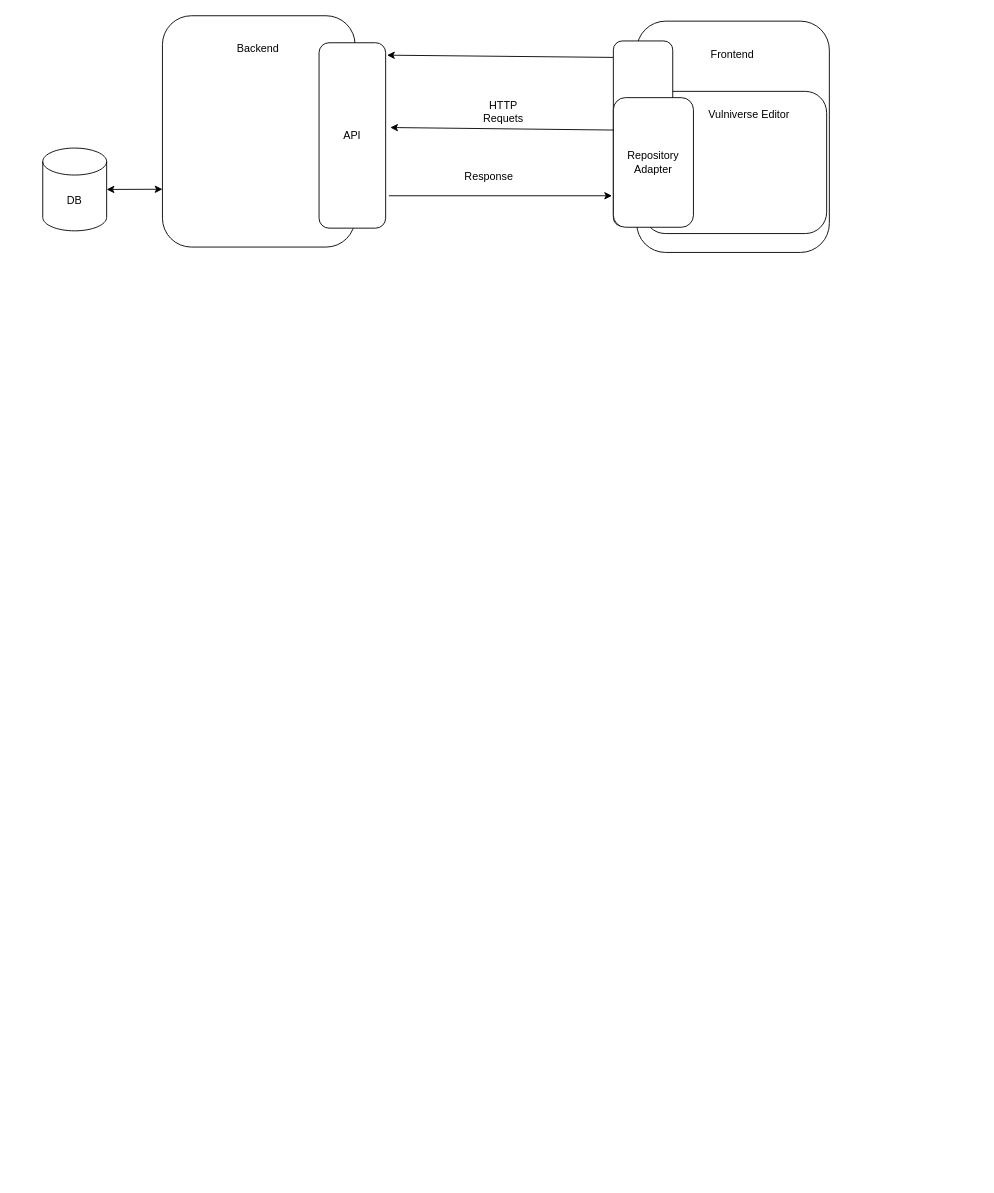
vulnerability-lookup/vulniverse keeps this draw.io diagram as docs/docs/images/architecture.drawio. Above is the earlier version. Source tidied: cells renumbered, new cells numbered last; positions are measured from the earlier drawing's top-left corner, leaving out a move shared by most shapes. Both pictures are drawn from the tidied source at 90%, with x=0, y=0 at pixel (42, 15).
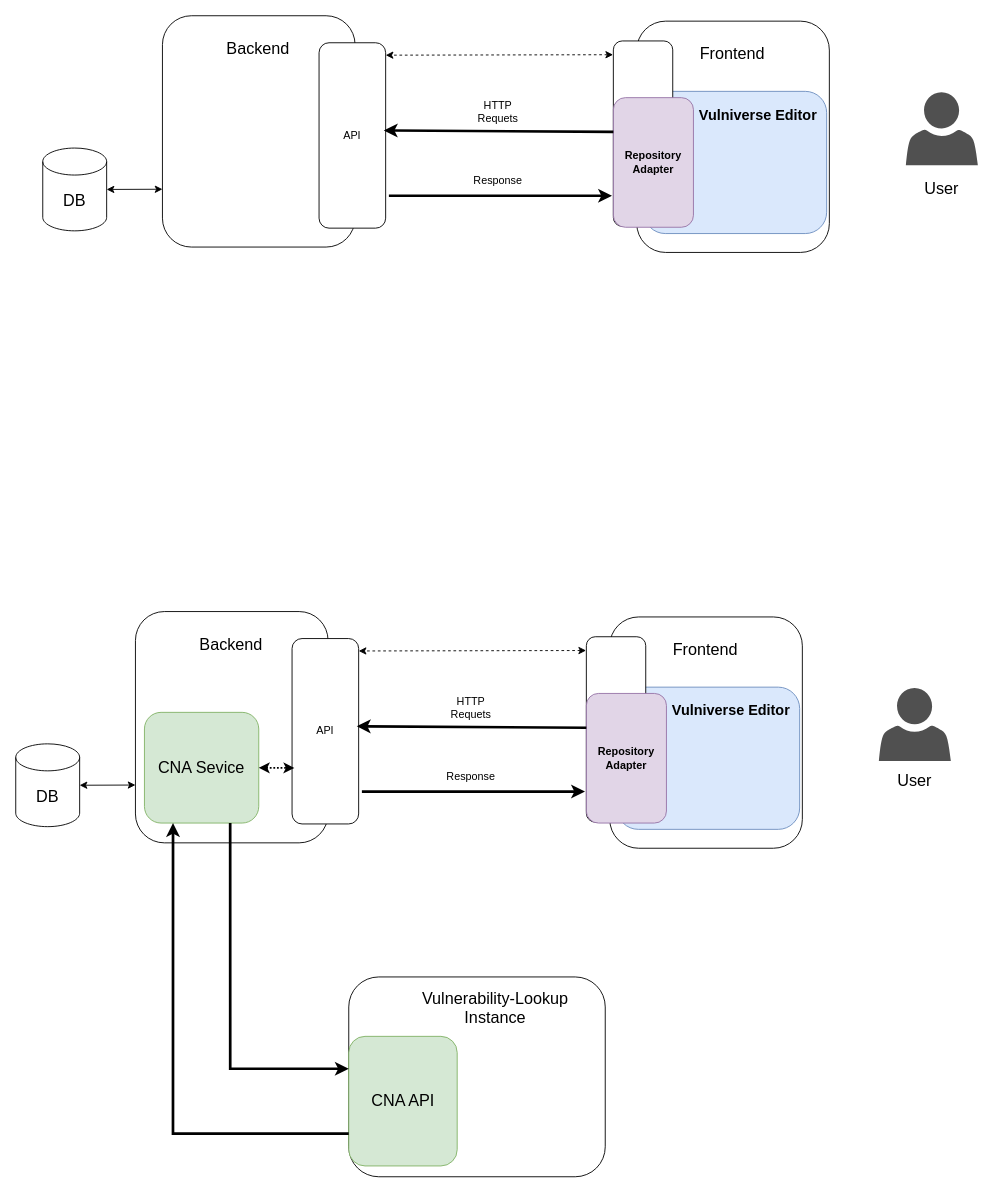
After the change.

Unchanged cells that the change refers to:
```xml
<mxCell id="5" style="rounded=1;whiteSpace=wrap;html=1;" parent="4" vertex="1">
  <mxGeometry width="214" height="257" as="geometry" />
</mxCell>
```

Change to the diagram source:
```diff
@@
+    <mxCell id="20" style="group;" parent="1" vertex="1">
+      <mxGeometry x="-30" y="662" width="1039" height="263" as="geometry" />
+    </mxCell>
+    <mxCell id="21" value="&lt;font style=&quot;font-size: 18px;&quot;&gt;DB&lt;/font&gt;" style="shape=cylinder3;whiteSpace=wrap;html=1;boundedLbl=1;backgroundOutline=1;size=15;" parent="20" vertex="1">
+      <mxGeometry y="147" width="71" height="92" as="geometry" />
+    </mxCell>
+    <mxCell id="22" style="endArrow=classic;startArrow=classic;html=1;rounded=0;exitX=1;exitY=0.5;exitDx=0;exitDy=0;exitPerimeter=0;entryX=0;entryY=0.75;entryDx=0;entryDy=0;" parent="20" edge="1" source="21" target="24">
+      <mxGeometry relative="1" as="geometry" />
+    </mxCell>
+    <mxCell id="23" style="group;" parent="20" vertex="1">
+      <mxGeometry x="133" width="214" height="257" as="geometry" />
+    </mxCell>
+    <mxCell id="24" style="rounded=1;whiteSpace=wrap;html=1;" parent="23" vertex="1">
+      <mxGeometry width="214" height="257" as="geometry" />
+    </mxCell>
+    <mxCell id="25" value="&lt;font style=&quot;font-size: 18px;&quot;&gt;Backend&lt;/font&gt;" style="text;html=1;whiteSpace=wrap;strokeColor=none;fillColor=none;align=center;verticalAlign=middle;rounded=0;" parent="23" vertex="1">
+      <mxGeometry x="32" y="22" width="149" height="30" as="geometry" />
+    </mxCell>
+    <mxCell id="26" value="&lt;font style=&quot;font-size: 18px;&quot;&gt;CNA Sevice&lt;/font&gt;" style="rounded=1;whiteSpace=wrap;html=1;fillColor=#d5e8d4;strokeColor=#82b366;" parent="23" vertex="1">
+      <mxGeometry x="10" y="112" width="127" height="123" as="geometry" />
+    </mxCell>
+    <mxCell id="27" style="group;" parent="20" vertex="1">
+      <mxGeometry x="660" y="6" width="214" height="257" as="geometry" />
+    </mxCell>
+    <mxCell id="28" style="rounded=1;whiteSpace=wrap;html=1;" parent="27" vertex="1">
+      <mxGeometry width="214" height="257" as="geometry" />
+    </mxCell>
+    <mxCell id="29" value="&lt;font style=&quot;font-size: 18px;&quot;&gt;Frontend&lt;/font&gt;" style="text;html=1;whiteSpace=wrap;strokeColor=none;fillColor=none;align=center;verticalAlign=middle;rounded=0;" parent="27" vertex="1">
+      <mxGeometry x="32" y="22" width="149" height="30" as="geometry" />
+    </mxCell>
+    <mxCell id="30" style="rounded=1;whiteSpace=wrap;html=1;fillColor=#dae8fc;strokeColor=#6c8ebf;" parent="27" vertex="1">
+      <mxGeometry x="8" y="78" width="203" height="158" as="geometry" />
+    </mxCell>
+    <mxCell id="31" value="&lt;font style=&quot;font-size: 16px;&quot;&gt;&lt;b&gt;Vulniverse Editor&lt;/b&gt;&lt;/font&gt;" style="text;html=1;whiteSpace=wrap;strokeColor=none;fillColor=none;align=center;verticalAlign=middle;rounded=0;" parent="27" vertex="1">
+      <mxGeometry x="63" y="89" width="144" height="30" as="geometry" />
+    </mxCell>
+    <mxCell id="32" style="rounded=1;whiteSpace=wrap;html=1;" parent="27" vertex="1">
+      <mxGeometry x="-26" y="22" width="66" height="206" as="geometry" />
+    </mxCell>
+    <mxCell id="33" value="&lt;b&gt;Repository&lt;/b&gt;&lt;div&gt;&lt;b&gt;Adapter&lt;/b&gt;&lt;/div&gt;" style="rounded=1;whiteSpace=wrap;html=1;fillColor=#e1d5e7;strokeColor=#9673a6;" parent="27" vertex="1">
+      <mxGeometry x="-26" y="85" width="89" height="144" as="geometry" />
+    </mxCell>
+    <mxCell id="34" value="API" style="rounded=1;whiteSpace=wrap;html=1;" parent="20" vertex="1">
+      <mxGeometry x="307" y="30" width="74" height="206" as="geometry" />
+    </mxCell>
+    <mxCell id="35" style="endArrow=classic;html=1;rounded=0;exitX=0;exitY=0.25;exitDx=0;exitDy=0;entryX=0.972;entryY=0.473;entryDx=0;entryDy=0;entryPerimeter=0;startSize=6;sourcePerimeterSpacing=0;targetPerimeterSpacing=0;strokeWidth=3;" parent="20" edge="1" target="34">
+      <mxGeometry relative="1" as="geometry">
+        <mxPoint x="634" y="129.1" as="sourcePoint" />
+      </mxGeometry>
+    </mxCell>
+    <mxCell id="36" value="HTTP Requets" style="text;html=1;whiteSpace=wrap;strokeColor=none;fillColor=none;align=center;verticalAlign=middle;rounded=0;" parent="20" vertex="1">
+      <mxGeometry x="476" y="92" width="60" height="30" as="geometry" />
+    </mxCell>
+    <mxCell id="37" style="endArrow=classic;html=1;rounded=0;strokeWidth=3;" parent="20" edge="1">
+      <mxGeometry relative="1" as="geometry">
+        <mxPoint x="384.6" y="200" as="sourcePoint" />
+        <mxPoint x="632.5" y="200" as="targetPoint" />
+      </mxGeometry>
+    </mxCell>
+    <mxCell id="38" style="endArrow=classic;html=1;rounded=0;dashed=1;entryX=1.001;entryY=0.067;entryDx=0;entryDy=0;entryPerimeter=0;endFill=1;startArrow=classic;startFill=1;" parent="20" edge="1" target="34">
+      <mxGeometry relative="1" as="geometry">
+        <mxPoint x="633.7" y="43.3" as="sourcePoint" />
+      </mxGeometry>
+    </mxCell>
+    <mxCell id="39" value="Response" style="text;html=1;whiteSpace=wrap;strokeColor=none;fillColor=none;align=center;verticalAlign=middle;rounded=0;" parent="20" vertex="1">
+      <mxGeometry x="476" y="169" width="60" height="30" as="geometry" />
+    </mxCell>
+    <mxCell id="40" style="sketch=0;shadow=0;dashed=0;html=1;strokeColor=none;fillColor=#505050;labelPosition=center;verticalLabelPosition=bottom;verticalAlign=top;align=center;shape=mxgraph.office.users.user;" parent="20" vertex="1">
+      <mxGeometry x="959" y="85" width="80" height="81" as="geometry" />
+    </mxCell>
+    <mxCell id="41" style="endArrow=classic;startArrow=classic;html=1;rounded=0;exitX=1;exitY=0.5;exitDx=0;exitDy=0;entryX=0.035;entryY=0.698;entryDx=0;entryDy=0;entryPerimeter=0;dashed=1;dashPattern=1 1;strokeWidth=2;" parent="20" edge="1" source="26" target="34">
+      <mxGeometry relative="1" as="geometry" />
+    </mxCell>
+    <mxCell id="42" value="&lt;font style=&quot;font-size: 18px;&quot;&gt;User&lt;/font&gt;" style="text;html=1;whiteSpace=wrap;strokeColor=none;fillColor=none;align=center;verticalAlign=middle;rounded=0;" parent="20" vertex="1">
+      <mxGeometry x="969" y="173" width="60" height="30" as="geometry" />
+    </mxCell>
+    <mxCell id="43" style="rounded=1;whiteSpace=wrap;html=1;" parent="1" vertex="1">
+      <mxGeometry x="340" y="1068" width="285" height="222" as="geometry" />
+    </mxCell>
+    <mxCell id="44" value="&lt;font style=&quot;font-size: 18px;&quot;&gt;Vulnerability-Lookup&lt;/font&gt;&lt;div&gt;&lt;font style=&quot;font-size: 18px;&quot;&gt;Instance&lt;/font&gt;&lt;/div&gt;" style="text;html=1;whiteSpace=wrap;strokeColor=none;fillColor=none;align=center;verticalAlign=middle;rounded=0;" parent="1" vertex="1">
+      <mxGeometry x="408" y="1085" width="190" height="36" as="geometry" />
+    </mxCell>
+    <mxCell id="45" value="&lt;font style=&quot;font-size: 18px;&quot;&gt;CNA API&lt;/font&gt;" style="rounded=1;whiteSpace=wrap;html=1;fillColor=#d5e8d4;strokeColor=#82b366;" parent="1" vertex="1">
+      <mxGeometry x="340" y="1134" width="120.5" height="144" as="geometry" />
+    </mxCell>
+    <mxCell id="46" style="endArrow=classic;html=1;rounded=0;exitX=0.75;exitY=1;exitDx=0;exitDy=0;edgeStyle=orthogonalEdgeStyle;entryX=0;entryY=0.25;entryDx=0;entryDy=0;strokeWidth=3;" parent="1" edge="1" source="26" target="45">
+      <mxGeometry relative="1" as="geometry">
+        <Array as="points">
+          <mxPoint x="208.3" y="1170" />
+        </Array>
+      </mxGeometry>
+    </mxCell>
+    <mxCell id="47" style="endArrow=classic;html=1;rounded=0;exitX=0;exitY=0.75;exitDx=0;exitDy=0;edgeStyle=orthogonalEdgeStyle;entryX=0.25;entryY=1;entryDx=0;entryDy=0;strokeWidth=3;" parent="1" edge="1" source="45" target="26">
+      <mxGeometry relative="1" as="geometry" />
+    </mxCell>
+    <mxCell id="48" style="group;" parent="1" vertex="1">
+      <mxGeometry width="1039" height="263" as="geometry" />
+    </mxCell>
-    <mxCell id="2" value="DB" style="shape=cylinder3;whiteSpace=wrap;html=1;boundedLbl=1;backgroundOutline=1;size=15;" parent="1" vertex="1">
+    <mxCell id="2" value="&lt;font style=&quot;font-size: 18px;&quot;&gt;DB&lt;/font&gt;" style="shape=cylinder3;whiteSpace=wrap;html=1;boundedLbl=1;backgroundOutline=1;size=15;" parent="48" vertex="1">
       <mxGeometry y="147" width="71" height="92" as="geometry" />
     </mxCell>
-    <mxCell id="3" style="endArrow=classic;startArrow=classic;html=1;rounded=0;exitX=1;exitY=0.5;exitDx=0;exitDy=0;exitPerimeter=0;entryX=0;entryY=0.75;entryDx=0;entryDy=0;" parent="1" edge="1" source="2" target="5">
+    <mxCell id="3" style="endArrow=classic;startArrow=classic;html=1;rounded=0;exitX=1;exitY=0.5;exitDx=0;exitDy=0;exitPerimeter=0;entryX=0;entryY=0.75;entryDx=0;entryDy=0;" parent="48" edge="1" source="2" target="5">
       <mxGeometry relative="1" as="geometry" />
     </mxCell>
-    <mxCell id="4" style="group;" parent="1" vertex="1">
+    <mxCell id="4" style="group;" parent="48" vertex="1">
       <mxGeometry x="133" width="214" height="257" as="geometry" />
     </mxCell>
@@
-    <mxCell id="6" value="Backend" style="text;html=1;whiteSpace=wrap;strokeColor=none;fillColor=none;align=center;verticalAlign=middle;rounded=0;" parent="4" vertex="1">
+    <mxCell id="6" value="&lt;font style=&quot;font-size: 18px;&quot;&gt;Backend&lt;/font&gt;" style="text;html=1;whiteSpace=wrap;strokeColor=none;fillColor=none;align=center;verticalAlign=middle;rounded=0;" parent="4" vertex="1">
       <mxGeometry x="32" y="22" width="149" height="30" as="geometry" />
     </mxCell>
-    <mxCell id="7" style="group;" parent="1" vertex="1">
+    <mxCell id="7" style="group;" parent="48" vertex="1">
       <mxGeometry x="660" y="6" width="214" height="257" as="geometry" />
     </mxCell>
@@
-    <mxCell id="9" value="Frontend" style="text;html=1;whiteSpace=wrap;strokeColor=none;fillColor=none;align=center;verticalAlign=middle;rounded=0;" parent="7" vertex="1">
+    <mxCell id="9" value="&lt;font style=&quot;font-size: 18px;&quot;&gt;Frontend&lt;/font&gt;" style="text;html=1;whiteSpace=wrap;strokeColor=none;fillColor=none;align=center;verticalAlign=middle;rounded=0;" parent="7" vertex="1">
       <mxGeometry x="32" y="22" width="149" height="30" as="geometry" />
     </mxCell>
-    <mxCell id="10" style="rounded=1;whiteSpace=wrap;html=1;" parent="7" vertex="1">
+    <mxCell id="10" style="rounded=1;whiteSpace=wrap;html=1;fillColor=#dae8fc;strokeColor=#6c8ebf;" parent="7" vertex="1">
       <mxGeometry x="8" y="78" width="203" height="158" as="geometry" />
     </mxCell>
-    <mxCell id="11" value="Vulniverse Editor" style="text;html=1;whiteSpace=wrap;strokeColor=none;fillColor=none;align=center;verticalAlign=middle;rounded=0;" parent="7" vertex="1">
-      <mxGeometry x="53" y="89" width="144" height="30" as="geometry" />
+    <mxCell id="11" value="&lt;font style=&quot;font-size: 16px;&quot;&gt;&lt;b&gt;Vulniverse Editor&lt;/b&gt;&lt;/font&gt;" style="text;html=1;whiteSpace=wrap;strokeColor=none;fillColor=none;align=center;verticalAlign=middle;rounded=0;" parent="7" vertex="1">
+      <mxGeometry x="63" y="89" width="144" height="30" as="geometry" />
     </mxCell>
@@
-    <mxCell id="13" value="Repository&lt;div&gt;Adapter&lt;/div&gt;" style="rounded=1;whiteSpace=wrap;html=1;" parent="7" vertex="1">
+    <mxCell id="13" value="&lt;b&gt;Repository&lt;/b&gt;&lt;div&gt;&lt;b&gt;Adapter&lt;/b&gt;&lt;/div&gt;" style="rounded=1;whiteSpace=wrap;html=1;fillColor=#e1d5e7;strokeColor=#9673a6;" parent="7" vertex="1">
       <mxGeometry x="-26" y="85" width="89" height="144" as="geometry" />
     </mxCell>
-    <mxCell id="14" value="API" style="rounded=1;whiteSpace=wrap;html=1;" parent="1" vertex="1">
+    <mxCell id="14" value="API" style="rounded=1;whiteSpace=wrap;html=1;" parent="48" vertex="1">
       <mxGeometry x="307" y="30" width="74" height="206" as="geometry" />
     </mxCell>
-    <mxCell id="15" style="endArrow=classic;html=1;rounded=0;exitX=0;exitY=0.25;exitDx=0;exitDy=0;" parent="1" edge="1" source="13">
+    <mxCell id="15" style="endArrow=classic;html=1;rounded=0;exitX=0;exitY=0.25;exitDx=0;exitDy=0;entryX=0.972;entryY=0.473;entryDx=0;entryDy=0;entryPerimeter=0;startSize=6;sourcePerimeterSpacing=0;targetPerimeterSpacing=0;strokeWidth=3;" parent="48" edge="1" target="14">
       <mxGeometry relative="1" as="geometry">
-        <mxPoint x="386.1" y="124.2" as="targetPoint" />
+        <mxPoint x="634" y="129.1" as="sourcePoint" />
       </mxGeometry>
     </mxCell>
-    <mxCell id="16" value="HTTP Requets" style="text;html=1;whiteSpace=wrap;strokeColor=none;fillColor=none;align=center;verticalAlign=middle;rounded=0;" parent="1" vertex="1">
-      <mxGeometry x="482" y="92" width="60" height="30" as="geometry" />
+    <mxCell id="16" value="HTTP Requets" style="text;html=1;whiteSpace=wrap;strokeColor=none;fillColor=none;align=center;verticalAlign=middle;rounded=0;" parent="48" vertex="1">
+      <mxGeometry x="476" y="92" width="60" height="30" as="geometry" />
     </mxCell>
-    <mxCell id="17" style="endArrow=classic;html=1;rounded=0;" parent="1" edge="1">
+    <mxCell id="17" style="endArrow=classic;html=1;rounded=0;strokeWidth=3;" parent="48" edge="1">
       <mxGeometry relative="1" as="geometry">
         <mxPoint x="384.6" y="200" as="sourcePoint" />
         <mxPoint x="632.5" y="200" as="targetPoint" />
       </mxGeometry>
     </mxCell>
-    <mxCell id="18" style="endArrow=classic;html=1;rounded=0;" parent="1" edge="1">
+    <mxCell id="18" style="endArrow=classic;html=1;rounded=0;dashed=1;entryX=1.001;entryY=0.067;entryDx=0;entryDy=0;entryPerimeter=0;endFill=1;startArrow=classic;startFill=1;" parent="48" edge="1" target="14">
       <mxGeometry relative="1" as="geometry">
-        <mxPoint x="633.7" y="46.3" as="sourcePoint" />
-        <mxPoint x="382.6" y="43.8" as="targetPoint" />
+        <mxPoint x="633.7" y="43.3" as="sourcePoint" />
       </mxGeometry>
     </mxCell>
-    <mxCell id="19" value="Response" style="text;html=1;whiteSpace=wrap;strokeColor=none;fillColor=none;align=center;verticalAlign=middle;rounded=0;" parent="1" vertex="1">
-      <mxGeometry x="466" y="164" width="60" height="30" as="geometry" />
+    <mxCell id="19" value="Response" style="text;html=1;whiteSpace=wrap;strokeColor=none;fillColor=none;align=center;verticalAlign=middle;rounded=0;" parent="48" vertex="1">
+      <mxGeometry x="476" y="169" width="60" height="30" as="geometry" />
     </mxCell>
+    <mxCell id="49" style="sketch=0;shadow=0;dashed=0;html=1;strokeColor=none;fillColor=#505050;labelPosition=center;verticalLabelPosition=bottom;verticalAlign=top;align=center;shape=mxgraph.office.users.user;" parent="48" vertex="1">
+      <mxGeometry x="959" y="85" width="80" height="81" as="geometry" />
+    </mxCell>
+    <mxCell id="50" value="&lt;font style=&quot;font-size: 18px;&quot;&gt;User&lt;/font&gt;" style="text;html=1;whiteSpace=wrap;strokeColor=none;fillColor=none;align=center;verticalAlign=middle;rounded=0;" parent="48" vertex="1">
+      <mxGeometry x="969" y="178" width="60" height="30" as="geometry" />
+    </mxCell>
```
